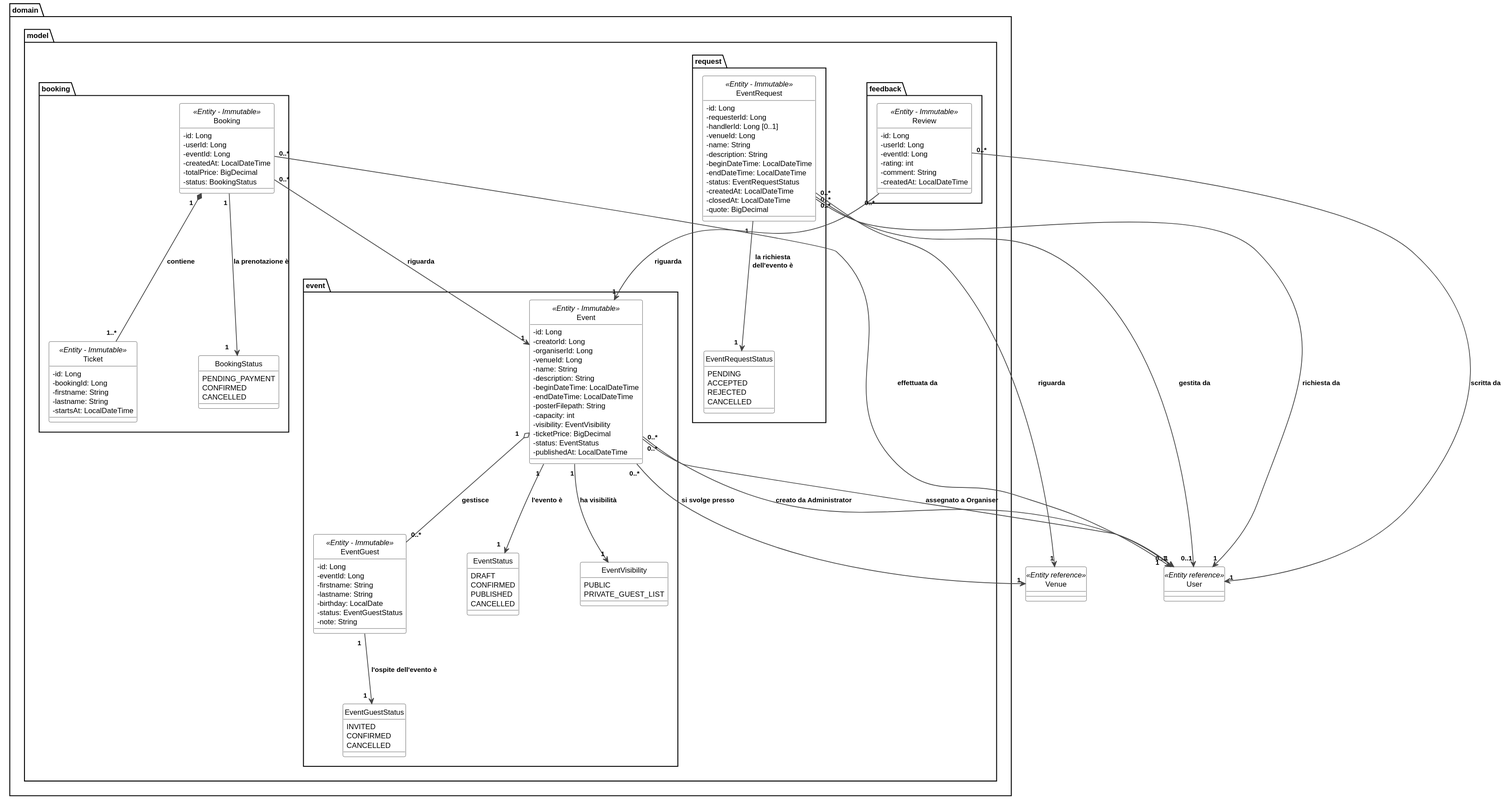
Above: docs/diagrams/domain/domain-events-bookings.svg in MeruemMeurel/Venue_Event_Organiser (PlantUML), before the change.
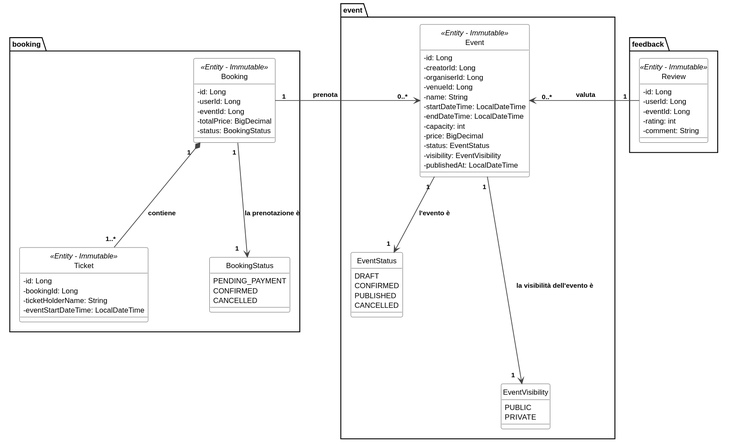
After the change.

Diff of the diagram source:
```diff
@@ -17,60 +17,20 @@
 skinparam ArrowFontSize 11
 skinparam ArrowColor #444444
 
-class User <<Entity reference>>
-class Venue <<Entity reference>>
-
-package "domain.model.request" {
-    class EventRequest <<Entity - Immutable>> {
-        - id: Long
-        - requesterId: Long
-        - handlerId: Long [0..1]
-        - venueId: Long
-        - name: String
-        - description: String
-        - beginDateTime: LocalDateTime
-        - endDateTime: LocalDateTime
-        - status: EventRequestStatus
-        - createdAt: LocalDateTime
-        - closedAt: LocalDateTime
-        - quote: BigDecimal
-    }
-
-    enum EventRequestStatus {
-        PENDING
-        ACCEPTED
-        REJECTED
-        CANCELLED
-    }
-
-}
-
-package "domain.model.event" {
+package "event" {
     class Event <<Entity - Immutable>> {
         - id: Long
         - creatorId: Long
         - organiserId: Long
         - venueId: Long
         - name: String
-        - description: String
-        - beginDateTime: LocalDateTime
+        - startDateTime: LocalDateTime
         - endDateTime: LocalDateTime
-        - posterFilepath: String
         - capacity: int
+        - price: BigDecimal
+        - status: EventStatus
         - visibility: EventVisibility
-        - ticketPrice: BigDecimal
-        - status: EventStatus
         - publishedAt: LocalDateTime
-    }
-
-    class EventGuest <<Entity - Immutable>> {
-        - id: Long
-        - eventId: Long
-        - firstname: String
-        - lastname: String
-        - birthday: LocalDate
-        - status: EventGuestStatus
-        - note: String
     }
 
     enum EventStatus {
@@ -80,24 +40,17 @@
         CANCELLED
     }
 
-    enum EventGuestStatus {
-        INVITED
-        CONFIRMED
-        CANCELLED
-    }
-
     enum EventVisibility {
         PUBLIC
-        PRIVATE_GUEST_LIST
+        PRIVATE
     }
 }
 
-package "domain.model.booking" {
+package "booking" {
     class Booking <<Entity - Immutable>> {
         - id: Long
         - userId: Long
         - eventId: Long
-        - createdAt: LocalDateTime
         - totalPrice: BigDecimal
         - status: BookingStatus
     }
@@ -105,9 +58,8 @@
     class Ticket <<Entity - Immutable>> {
         - id: Long
         - bookingId: Long
-        - firstname: String
-        - lastname: String
-        - startsAt: LocalDateTime
+        - ticketHolderName: String
+        - eventStartDateTime: LocalDateTime
     }
 
     enum BookingStatus {
@@ -117,34 +69,20 @@
     }
 }
 
-package "domain.model.feedback" {
+package "feedback" {
     class Review <<Entity - Immutable>> {
         - id: Long
         - userId: Long
         - eventId: Long
         - rating: int
         - comment: String
-        - createdAt: LocalDateTime
     }
 }
 
-
-EventRequest "1  " --> "1  " EventRequestStatus : " la richiesta\n dell'evento è"
 Event "1 " --> "1   " EventStatus : " l'evento è"
-EventGuest "1  " --> "1  " EventGuestStatus : " l'ospite dell'evento è"
-Event "1" --> "1" EventVisibility : "ha visibilità"
+Event "1 " ---> "1   " EventVisibility : " la visibilità dell'evento è"
 Booking "1 " --> "1    " BookingStatus : "la prenotazione è"
 Booking "1   " *-- "1..* " Ticket : " contiene"
-Event "1   " o-- "0..* " EventGuest : " gestisce"
-
-EventRequest "0..*" --> "1" User : "richiesta da"
-EventRequest "0..*" --> "0..1" User : "gestita da"
-EventRequest "0..*" --> "1" Venue : "riguarda"
-Event "0..*" --> "1" Venue : "si svolge presso"
-Event "0..*" --> "1" User : "creato da Administrator"
-Event "0..*" --> "0..1" User : "assegnato a Organiser"
-Booking "0..*" --> "1" User : "effettuata da"
-Booking "0..*" --> "1" Event : "riguarda"
-Review "0..*" --> "1" User : "scritta da"
-Review "0..*" --> "1" Event : "riguarda"
-@endum
+Event "0..*    " <-left- " 1" Booking : "prenota                        "
+Event "    0..*" <-right- "1    " Review : " valuta"
+@enduml
```
